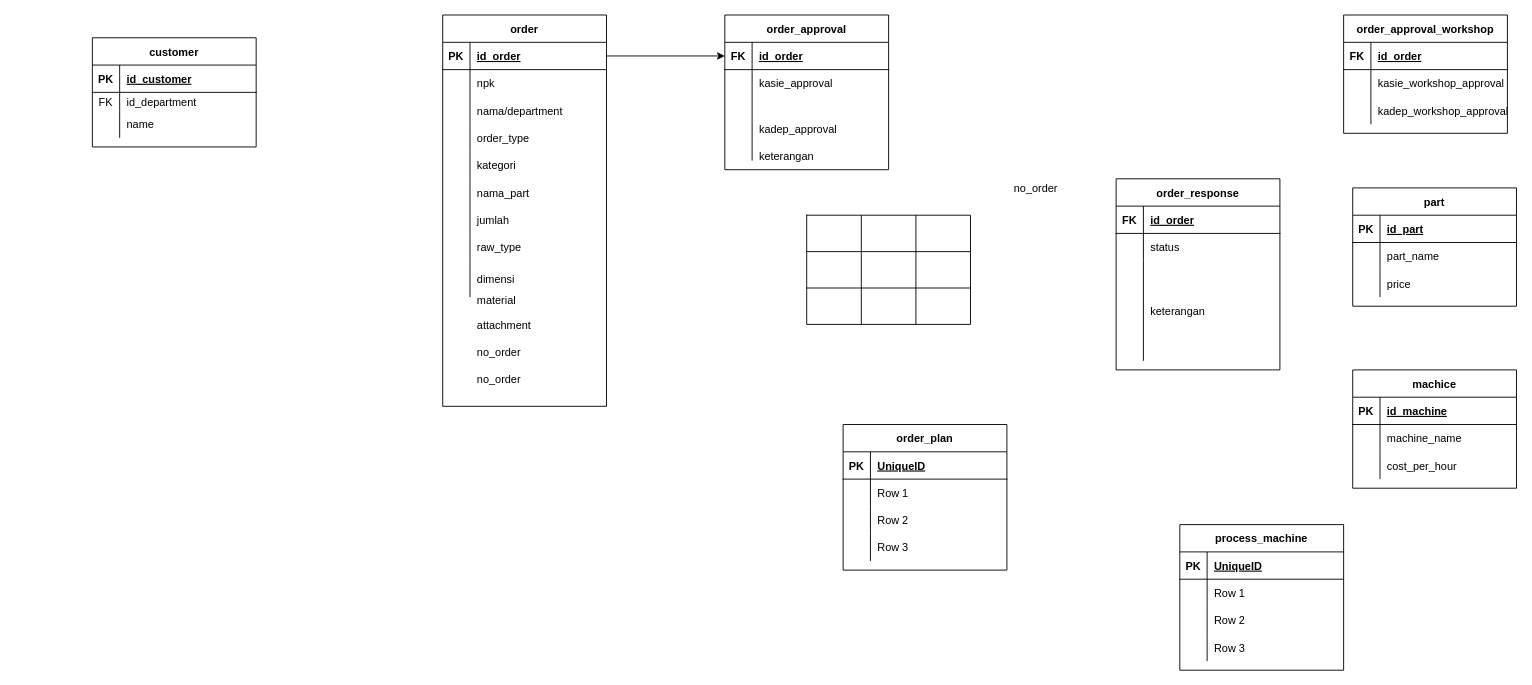
This is page "DB Relation" (2 of 2) of Digitalisasi Workshop.drawio from ariefriski/digitalisasi-form-workshop, a draw.io file, before an edit. Source tidied: cells renumbered, new cells numbered last; positions are measured from the earlier drawing's top-left corner, leaving out a move shared by most shapes. Both pictures are drawn from the tidied source at 91%, with x=0, y=0 at pixel (92, 15).
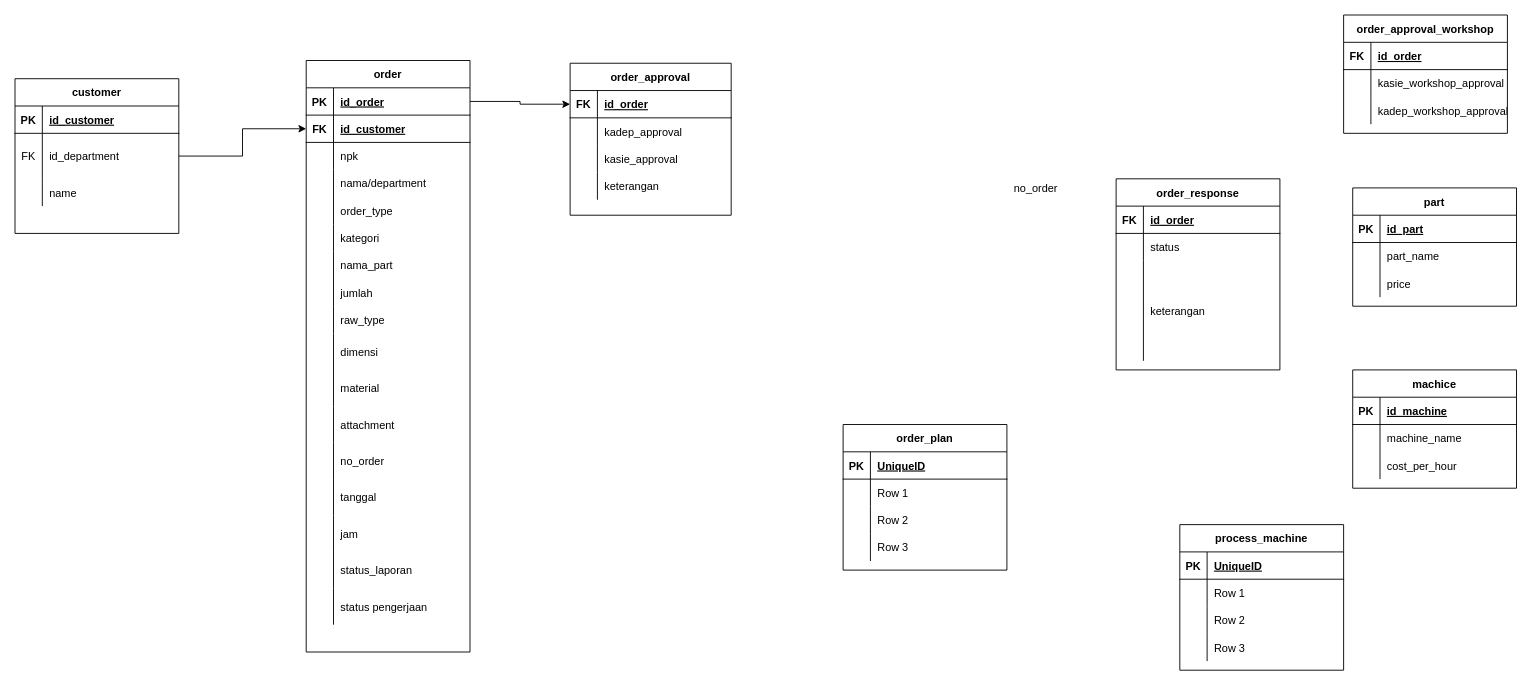
After the change.

Commit message:
add atribut to order class

The change refers to these unchanged cells:
```xml
<mxCell id="3" style="shape=tableRow;horizontal=0;startSize=0;swimlaneHead=0;swimlaneBody=0;fillColor=none;points=[[0,0.5],[1,0.5]];portConstraint=eastwest;top=0;left=0;right=0;bottom=1;" parent="2" vertex="1">
  <mxGeometry y="30" width="180" height="30" as="geometry" />
</mxCell>
<mxCell id="93" value="order_plan" style="shape=table;startSize=30;childLayout=tableLayout;rowLines=0;fontStyle=1;align=center;" parent="1" vertex="1">
  <mxGeometry x="825" y="450" width="180" height="160" as="geometry" />
</mxCell>
```

What changed in the source:
```diff
@@
     <mxCell id="2" value="order" style="shape=table;startSize=30;childLayout=tableLayout;rowLines=0;fontStyle=1;align=center;" parent="1" vertex="1">
-      <mxGeometry x="385" width="180" height="430" as="geometry" />
+      <mxGeometry x="235" y="50" width="180" height="650" as="geometry" />
     </mxCell>
@@
+    <mxCell id="136" style="shape=tableRow;horizontal=0;startSize=0;swimlaneHead=0;swimlaneBody=0;fillColor=none;points=[[0,0.5],[1,0.5]];portConstraint=eastwest;top=0;left=0;right=0;bottom=1;" parent="2" vertex="1">
+      <mxGeometry y="60" width="180" height="30" as="geometry" />
+    </mxCell>
+    <mxCell id="137" value="FK" style="shape=partialRectangle;fillColor=none;top=0;left=0;bottom=0;right=0;fontStyle=1;overflow=hidden;" parent="136" vertex="1">
+      <mxGeometry width="30" height="30" as="geometry" />
+    </mxCell>
+    <mxCell id="138" value="id_customer" style="shape=partialRectangle;fillColor=none;top=0;left=0;bottom=0;right=0;align=left;spacingLeft=6;fontStyle=5;overflow=hidden;" parent="136" vertex="1">
+      <mxGeometry x="30" width="150" height="30" as="geometry" />
+    </mxCell>
     <mxCell id="6" style="shape=tableRow;horizontal=0;startSize=0;swimlaneHead=0;swimlaneBody=0;fillColor=none;top=0;left=0;right=0;bottom=0;" parent="2" vertex="1">
-      <mxGeometry y="60" width="180" height="30" as="geometry" />
+      <mxGeometry y="90" width="180" height="30" as="geometry" />
     </mxCell>
@@
     <mxCell id="9" style="shape=tableRow;horizontal=0;startSize=0;swimlaneHead=0;swimlaneBody=0;fillColor=none;top=0;left=0;right=0;bottom=0;" parent="2" vertex="1">
-      <mxGeometry y="90" width="180" height="30" as="geometry" />
+      <mxGeometry y="120" width="180" height="30" as="geometry" />
     </mxCell>
@@
     <mxCell id="12" style="shape=tableRow;horizontal=0;startSize=0;swimlaneHead=0;swimlaneBody=0;fillColor=none;top=0;left=0;right=0;bottom=0;" parent="2" vertex="1">
-      <mxGeometry y="120" width="180" height="30" as="geometry" />
+      <mxGeometry y="150" width="180" height="30" as="geometry" />
     </mxCell>
@@
     <mxCell id="15" style="shape=tableRow;horizontal=0;startSize=0;swimlaneHead=0;swimlaneBody=0;fillColor=none;top=0;left=0;right=0;bottom=0;" parent="2" vertex="1">
-      <mxGeometry y="150" width="180" height="30" as="geometry" />
+      <mxGeometry y="180" width="180" height="30" as="geometry" />
     </mxCell>
@@
     <mxCell id="18" style="shape=tableRow;horizontal=0;startSize=0;swimlaneHead=0;swimlaneBody=0;fillColor=none;top=0;left=0;right=0;bottom=0;" parent="2" vertex="1">
-      <mxGeometry y="180" width="180" height="30" as="geometry" />
+      <mxGeometry y="210" width="180" height="30" as="geometry" />
     </mxCell>
@@
     <mxCell id="21" style="shape=tableRow;horizontal=0;startSize=0;swimlaneHead=0;swimlaneBody=0;fillColor=none;top=0;left=0;right=0;bottom=0;" parent="2" vertex="1">
-      <mxGeometry y="210" width="180" height="30" as="geometry" />
+      <mxGeometry y="240" width="180" height="30" as="geometry" />
     </mxCell>
@@
     <mxCell id="24" style="shape=tableRow;horizontal=0;startSize=0;swimlaneHead=0;swimlaneBody=0;fillColor=none;top=0;left=0;right=0;bottom=0;" parent="2" vertex="1">
-      <mxGeometry y="240" width="180" height="30" as="geometry" />
+      <mxGeometry y="270" width="180" height="30" as="geometry" />
     </mxCell>
@@
     <mxCell id="27" style="shape=tableRow;horizontal=0;startSize=0;swimlaneHead=0;swimlaneBody=0;fillColor=none;top=0;left=0;right=0;bottom=0;" parent="2" vertex="1">
-      <mxGeometry y="270" width="180" height="40" as="geometry" />
+      <mxGeometry y="300" width="180" height="40" as="geometry" />
     </mxCell>
@@
+    <mxCell id="139" style="shape=tableRow;horizontal=0;startSize=0;swimlaneHead=0;swimlaneBody=0;fillColor=none;top=0;left=0;right=0;bottom=0;" parent="2" vertex="1">
+      <mxGeometry y="340" width="180" height="40" as="geometry" />
+    </mxCell>
+    <mxCell id="140" style="shape=partialRectangle;fillColor=none;top=0;left=0;bottom=0;right=0;overflow=hidden;" parent="139" vertex="1">
+      <mxGeometry width="30" height="40" as="geometry" />
+    </mxCell>
+    <mxCell id="119" value="material" style="shape=partialRectangle;fillColor=none;top=0;left=0;bottom=0;right=0;align=left;spacingLeft=6;overflow=hidden;" parent="139" vertex="1">
+      <mxGeometry x="30" width="150" height="40" as="geometry" />
+    </mxCell>
+    <mxCell id="141" style="shape=tableRow;horizontal=0;startSize=0;swimlaneHead=0;swimlaneBody=0;fillColor=none;top=0;left=0;right=0;bottom=0;" parent="2" vertex="1">
+      <mxGeometry y="380" width="180" height="40" as="geometry" />
+    </mxCell>
+    <mxCell id="142" style="shape=partialRectangle;fillColor=none;top=0;left=0;bottom=0;right=0;overflow=hidden;" parent="141" vertex="1">
+      <mxGeometry width="30" height="40" as="geometry" />
+    </mxCell>
+    <mxCell id="120" value="attachment" style="shape=partialRectangle;fillColor=none;top=0;left=0;bottom=0;right=0;align=left;spacingLeft=6;overflow=hidden;" parent="141" vertex="1">
+      <mxGeometry x="30" width="150" height="40" as="geometry" />
+    </mxCell>
+    <mxCell id="143" style="shape=tableRow;horizontal=0;startSize=0;swimlaneHead=0;swimlaneBody=0;fillColor=none;top=0;left=0;right=0;bottom=0;" parent="2" vertex="1">
+      <mxGeometry y="420" width="180" height="40" as="geometry" />
+    </mxCell>
+    <mxCell id="144" style="shape=partialRectangle;fillColor=none;top=0;left=0;bottom=0;right=0;overflow=hidden;" parent="143" vertex="1">
+      <mxGeometry width="30" height="40" as="geometry" />
+    </mxCell>
+    <mxCell id="145" value="no_order" style="shape=partialRectangle;fillColor=none;top=0;left=0;bottom=0;right=0;align=left;spacingLeft=6;overflow=hidden;" parent="143" vertex="1">
+      <mxGeometry x="30" width="150" height="40" as="geometry" />
+    </mxCell>
+    <mxCell id="146" style="shape=tableRow;horizontal=0;startSize=0;swimlaneHead=0;swimlaneBody=0;fillColor=none;top=0;left=0;right=0;bottom=0;" parent="2" vertex="1">
+      <mxGeometry y="460" width="180" height="40" as="geometry" />
+    </mxCell>
+    <mxCell id="147" style="shape=partialRectangle;fillColor=none;top=0;left=0;bottom=0;right=0;overflow=hidden;" parent="146" vertex="1">
+      <mxGeometry width="30" height="40" as="geometry" />
+    </mxCell>
+    <mxCell id="148" value="tanggal" style="shape=partialRectangle;fillColor=none;top=0;left=0;bottom=0;right=0;align=left;spacingLeft=6;overflow=hidden;" parent="146" vertex="1">
+      <mxGeometry x="30" width="150" height="40" as="geometry" />
+    </mxCell>
+    <mxCell id="149" style="shape=tableRow;horizontal=0;startSize=0;swimlaneHead=0;swimlaneBody=0;fillColor=none;top=0;left=0;right=0;bottom=0;" parent="2" vertex="1">
+      <mxGeometry y="500" width="180" height="40" as="geometry" />
+    </mxCell>
+    <mxCell id="150" style="shape=partialRectangle;fillColor=none;top=0;left=0;bottom=0;right=0;overflow=hidden;" parent="149" vertex="1">
+      <mxGeometry width="30" height="40" as="geometry" />
+    </mxCell>
+    <mxCell id="151" value="jam" style="shape=partialRectangle;fillColor=none;top=0;left=0;bottom=0;right=0;align=left;spacingLeft=6;overflow=hidden;" parent="149" vertex="1">
+      <mxGeometry x="30" width="150" height="40" as="geometry" />
+    </mxCell>
+    <mxCell id="152" style="shape=tableRow;horizontal=0;startSize=0;swimlaneHead=0;swimlaneBody=0;fillColor=none;top=0;left=0;right=0;bottom=0;" parent="2" vertex="1">
+      <mxGeometry y="540" width="180" height="40" as="geometry" />
+    </mxCell>
+    <mxCell id="153" style="shape=partialRectangle;fillColor=none;top=0;left=0;bottom=0;right=0;overflow=hidden;" parent="152" vertex="1">
+      <mxGeometry width="30" height="40" as="geometry" />
+    </mxCell>
+    <mxCell id="154" value="status_laporan" style="shape=partialRectangle;fillColor=none;top=0;left=0;bottom=0;right=0;align=left;spacingLeft=6;overflow=hidden;" parent="152" vertex="1">
+      <mxGeometry x="30" width="150" height="40" as="geometry" />
+    </mxCell>
+    <mxCell id="155" style="shape=tableRow;horizontal=0;startSize=0;swimlaneHead=0;swimlaneBody=0;fillColor=none;top=0;left=0;right=0;bottom=0;" parent="2" vertex="1">
+      <mxGeometry y="580" width="180" height="40" as="geometry" />
+    </mxCell>
+    <mxCell id="156" style="shape=partialRectangle;fillColor=none;top=0;left=0;bottom=0;right=0;overflow=hidden;" parent="155" vertex="1">
+      <mxGeometry width="30" height="40" as="geometry" />
+    </mxCell>
+    <mxCell id="157" value="status pengerjaan" style="shape=partialRectangle;fillColor=none;top=0;left=0;bottom=0;right=0;align=left;spacingLeft=6;overflow=hidden;" parent="155" vertex="1">
+      <mxGeometry x="30" width="150" height="40" as="geometry" />
+    </mxCell>
@@
     <mxCell id="40" value="order_approval" style="shape=table;startSize=30;childLayout=tableLayout;rowLines=0;fontStyle=1;align=center;" parent="1" vertex="1">
-      <mxGeometry x="695" width="180" height="170" as="geometry" />
+      <mxGeometry x="525" y="53" width="177" height="167" as="geometry" />
     </mxCell>
     <mxCell id="41" style="shape=tableRow;horizontal=0;startSize=0;swimlaneHead=0;swimlaneBody=0;fillColor=none;points=[[0,0.5],[1,0.5]];portConstraint=eastwest;top=0;left=0;right=0;bottom=1;" parent="40" vertex="1">
-      <mxGeometry y="30" width="180" height="30" as="geometry" />
+      <mxGeometry y="30" width="177" height="30" as="geometry" />
     </mxCell>
@@
     <mxCell id="43" value="id_order" style="shape=partialRectangle;fillColor=none;top=0;left=0;bottom=0;right=0;align=left;spacingLeft=6;fontStyle=5;overflow=hidden;" parent="41" vertex="1">
-      <mxGeometry x="30" width="150" height="30" as="geometry" />
+      <mxGeometry x="30" width="147" height="30" as="geometry" />
     </mxCell>
+    <mxCell id="47" style="shape=tableRow;horizontal=0;startSize=0;swimlaneHead=0;swimlaneBody=0;fillColor=none;top=0;left=0;right=0;bottom=0;" parent="40" vertex="1">
+      <mxGeometry y="60" width="177" height="30" as="geometry" />
+    </mxCell>
+    <mxCell id="48" style="shape=partialRectangle;fillColor=none;top=0;left=0;bottom=0;right=0;overflow=hidden;" parent="47" vertex="1">
+      <mxGeometry width="30" height="30" as="geometry" />
+    </mxCell>
+    <mxCell id="49" value="kadep_approval" style="shape=partialRectangle;fillColor=none;top=0;left=0;bottom=0;right=0;align=left;spacingLeft=6;overflow=hidden;" parent="47" vertex="1">
+      <mxGeometry x="30" width="147" height="30" as="geometry" />
+    </mxCell>
     <mxCell id="44" style="shape=tableRow;horizontal=0;startSize=0;swimlaneHead=0;swimlaneBody=0;fillColor=none;top=0;left=0;right=0;bottom=0;" parent="40" vertex="1">
-      <mxGeometry y="60" width="180" height="30" as="geometry" />
+      <mxGeometry y="90" width="177" height="30" as="geometry" />
     </mxCell>
@@
     <mxCell id="46" value="kasie_approval" style="shape=partialRectangle;fillColor=none;top=0;left=0;bottom=0;right=0;align=left;spacingLeft=6;overflow=hidden;" parent="44" vertex="1">
-      <mxGeometry x="30" width="150" height="30" as="geometry" />
+      <mxGeometry x="30" width="147" height="30" as="geometry" />
     </mxCell>
-    <mxCell id="47" style="shape=tableRow;horizontal=0;startSize=0;swimlaneHead=0;swimlaneBody=0;fillColor=none;top=0;left=0;right=0;bottom=0;" parent="40" vertex="1">
-      <mxGeometry y="90" width="180" height="70" as="geometry" />
-    </mxCell>
-    <mxCell id="48" style="shape=partialRectangle;fillColor=none;top=0;left=0;bottom=0;right=0;overflow=hidden;" parent="47" vertex="1">
-      <mxGeometry width="30" height="70" as="geometry" />
-    </mxCell>
-    <mxCell id="49" value="kadep_approval" style="shape=partialRectangle;fillColor=none;top=0;left=0;bottom=0;right=0;align=left;spacingLeft=6;overflow=hidden;" parent="47" vertex="1">
-      <mxGeometry x="30" width="150" height="70" as="geometry" />
-    </mxCell>
+    <mxCell id="158" style="shape=tableRow;horizontal=0;startSize=0;swimlaneHead=0;swimlaneBody=0;fillColor=none;top=0;left=0;right=0;bottom=0;" parent="40" vertex="1">
+      <mxGeometry y="120" width="177" height="30" as="geometry" />
+    </mxCell>
+    <mxCell id="159" style="shape=partialRectangle;fillColor=none;top=0;left=0;bottom=0;right=0;overflow=hidden;" parent="158" vertex="1">
+      <mxGeometry width="30" height="30" as="geometry" />
+    </mxCell>
+    <mxCell id="123" value="keterangan" style="shape=partialRectangle;fillColor=none;top=0;left=0;bottom=0;right=0;align=left;spacingLeft=6;overflow=hidden;" parent="158" vertex="1">
+      <mxGeometry x="30" width="147" height="30" as="geometry" />
+    </mxCell>
@@
-    <mxCell id="103" style="shape=tableRow;horizontal=0;startSize=0;swimlaneHead=0;swimlaneBody=0;fillColor=none;top=0;left=0;right=0;bottom=0;" parent="93" vertex="1">
+    <mxCell id="103" style="shape=tableRow;horizontal=0;startSize=0;swimlaneHead=0;swimlaneBody=0;fillColor=none;top=0;left=0;right=0;bottom=0;verticalAlign=bottom;" parent="93" vertex="1">
       <mxGeometry y="120" width="180" height="30" as="geometry" />
     </mxCell>
@@
-    <mxCell id="106" style="shape=table;html=1;whiteSpace=wrap;startSize=0;childLayout=tableLayout;" parent="1" vertex="1">
-      <mxGeometry x="785" y="220" width="180" height="120" as="geometry" />
-    </mxCell>
-    <mxCell id="107" style="shape=tableRow;horizontal=0;startSize=0;swimlaneHead=0;swimlaneBody=0;top=0;left=0;bottom=0;right=0;fillColor=none;" parent="106" vertex="1">
-      <mxGeometry width="180" height="40" as="geometry" />
-    </mxCell>
-    <mxCell id="108" style="shape=partialRectangle;html=1;whiteSpace=wrap;fillColor=none;top=0;left=0;bottom=0;right=0;overflow=hidden;" parent="107" vertex="1">
-      <mxGeometry width="60" height="40" as="geometry" />
-    </mxCell>
-    <mxCell id="109" style="shape=partialRectangle;html=1;whiteSpace=wrap;fillColor=none;top=0;left=0;bottom=0;right=0;overflow=hidden;" parent="107" vertex="1">
-      <mxGeometry x="60" width="60" height="40" as="geometry" />
-    </mxCell>
-    <mxCell id="110" style="shape=partialRectangle;html=1;whiteSpace=wrap;fillColor=none;top=0;left=0;bottom=0;right=0;overflow=hidden;" parent="107" vertex="1">
-      <mxGeometry x="120" width="60" height="40" as="geometry" />
-    </mxCell>
-    <mxCell id="111" style="shape=tableRow;horizontal=0;startSize=0;swimlaneHead=0;swimlaneBody=0;top=0;left=0;bottom=0;right=0;fillColor=none;" parent="106" vertex="1">
-      <mxGeometry y="40" width="180" height="40" as="geometry" />
-    </mxCell>
-    <mxCell id="112" style="shape=partialRectangle;html=1;whiteSpace=wrap;fillColor=none;top=0;left=0;bottom=0;right=0;overflow=hidden;" parent="111" vertex="1">
-      <mxGeometry width="60" height="40" as="geometry" />
-    </mxCell>
-    <mxCell id="113" style="shape=partialRectangle;html=1;whiteSpace=wrap;fillColor=none;top=0;left=0;bottom=0;right=0;overflow=hidden;" parent="111" vertex="1">
-      <mxGeometry x="60" width="60" height="40" as="geometry" />
-    </mxCell>
-    <mxCell id="114" style="shape=partialRectangle;html=1;whiteSpace=wrap;fillColor=none;top=0;left=0;bottom=0;right=0;overflow=hidden;" parent="111" vertex="1">
-      <mxGeometry x="120" width="60" height="40" as="geometry" />
-    </mxCell>
-    <mxCell id="115" style="shape=tableRow;horizontal=0;startSize=0;swimlaneHead=0;swimlaneBody=0;top=0;left=0;bottom=0;right=0;fillColor=none;" parent="106" vertex="1">
-      <mxGeometry y="80" width="180" height="40" as="geometry" />
-    </mxCell>
-    <mxCell id="116" style="shape=partialRectangle;html=1;whiteSpace=wrap;fillColor=none;top=0;left=0;bottom=0;right=0;overflow=hidden;" parent="115" vertex="1">
-      <mxGeometry width="60" height="40" as="geometry" />
-    </mxCell>
-    <mxCell id="117" style="shape=partialRectangle;html=1;whiteSpace=wrap;fillColor=none;top=0;left=0;bottom=0;right=0;overflow=hidden;" parent="115" vertex="1">
-      <mxGeometry x="60" width="60" height="40" as="geometry" />
-    </mxCell>
-    <mxCell id="118" style="shape=partialRectangle;html=1;whiteSpace=wrap;fillColor=none;top=0;left=0;bottom=0;right=0;overflow=hidden;" parent="115" vertex="1">
-      <mxGeometry x="120" width="60" height="40" as="geometry" />
-    </mxCell>
-    <mxCell id="119" value="material&#10;" style="shape=partialRectangle;fillColor=none;top=0;left=0;bottom=0;right=0;align=left;spacingLeft=6;overflow=hidden;" parent="1" vertex="1">
-      <mxGeometry x="415" y="300" width="150" height="40" as="geometry" />
-    </mxCell>
-    <mxCell id="120" value="attachment" style="shape=partialRectangle;fillColor=none;top=0;left=0;bottom=0;right=0;align=left;spacingLeft=6;overflow=hidden;" parent="1" vertex="1">
-      <mxGeometry x="415" y="320" width="150" height="40" as="geometry" />
-    </mxCell>
-    <mxCell id="121" value="no_order" style="shape=partialRectangle;fillColor=none;top=0;left=0;bottom=0;right=0;align=left;spacingLeft=6;overflow=hidden;" parent="1" vertex="1">
-      <mxGeometry x="415" y="350" width="150" height="40" as="geometry" />
-    </mxCell>
-    <mxCell id="122" style="edgeStyle=orthogonalEdgeStyle;rounded=0;jettySize=auto;html=1;exitX=1;exitY=0.5;exitDx=0;exitDy=0;entryX=0;entryY=0.5;entryDx=0;entryDy=0;" parent="1" edge="1" source="3" target="41">
-      <mxGeometry relative="1" as="geometry" />
-    </mxCell>
-    <mxCell id="123" value="keterangan" style="shape=partialRectangle;fillColor=none;top=0;left=0;bottom=0;right=0;align=left;spacingLeft=6;overflow=hidden;" parent="1" vertex="1">
-      <mxGeometry x="725" y="120" width="150" height="70" as="geometry" />
-    </mxCell>
@@
     <mxCell id="125" value="customer" style="shape=table;startSize=30;childLayout=tableLayout;rowLines=0;fontStyle=1;align=center;" parent="1" vertex="1">
-      <mxGeometry y="25" width="180" height="120" as="geometry" />
+      <mxGeometry x="-85" y="70" width="180" height="170" as="geometry" />
     </mxCell>
@@
     <mxCell id="129" style="shape=tableRow;horizontal=0;startSize=0;swimlaneHead=0;swimlaneBody=0;fillColor=none;points=[[0,0.5],[1,0.5]];portConstraint=eastwest;top=0;left=0;right=0;bottom=0;" parent="125" vertex="1">
-      <mxGeometry y="60" width="180" height="20" as="geometry" />
+      <mxGeometry y="60" width="180" height="50" as="geometry" />
     </mxCell>
     <mxCell id="130" value="FK" style="shape=partialRectangle;fillColor=none;top=0;left=0;bottom=0;right=0;overflow=hidden;" parent="129" vertex="1">
-      <mxGeometry width="30" height="20" as="geometry" />
+      <mxGeometry width="30" height="50" as="geometry" />
     </mxCell>
     <mxCell id="131" value="id_department" style="shape=partialRectangle;fillColor=none;top=0;left=0;bottom=0;right=0;align=left;spacingLeft=6;overflow=hidden;" parent="129" vertex="1">
-      <mxGeometry x="30" width="150" height="20" as="geometry" />
+      <mxGeometry x="30" width="150" height="50" as="geometry" />
     </mxCell>
     <mxCell id="132" style="shape=tableRow;horizontal=0;startSize=0;swimlaneHead=0;swimlaneBody=0;fillColor=none;top=0;left=0;right=0;bottom=0;" parent="125" vertex="1">
-      <mxGeometry y="80" width="180" height="30" as="geometry" />
+      <mxGeometry y="110" width="180" height="30" as="geometry" />
     </mxCell>
@@
-    <mxCell id="135" value="no_order" style="shape=partialRectangle;fillColor=none;top=0;left=0;bottom=0;right=0;align=left;spacingLeft=6;overflow=hidden;" parent="1" vertex="1">
-      <mxGeometry x="415" y="380" width="150" height="40" as="geometry" />
-    </mxCell>
+    <mxCell id="160" style="edgeStyle=orthogonalEdgeStyle;rounded=0;jettySize=auto;html=1;entryX=0;entryY=0.5;entryDx=0;entryDy=0;" parent="1" edge="1" source="129" target="136">
+      <mxGeometry relative="1" as="geometry" />
+    </mxCell>
+    <mxCell id="122" style="edgeStyle=orthogonalEdgeStyle;rounded=0;jettySize=auto;html=1;exitX=1;exitY=0.5;exitDx=0;exitDy=0;" parent="1" edge="1" source="3" target="41">
+      <mxGeometry relative="1" as="geometry" />
+    </mxCell>
```
